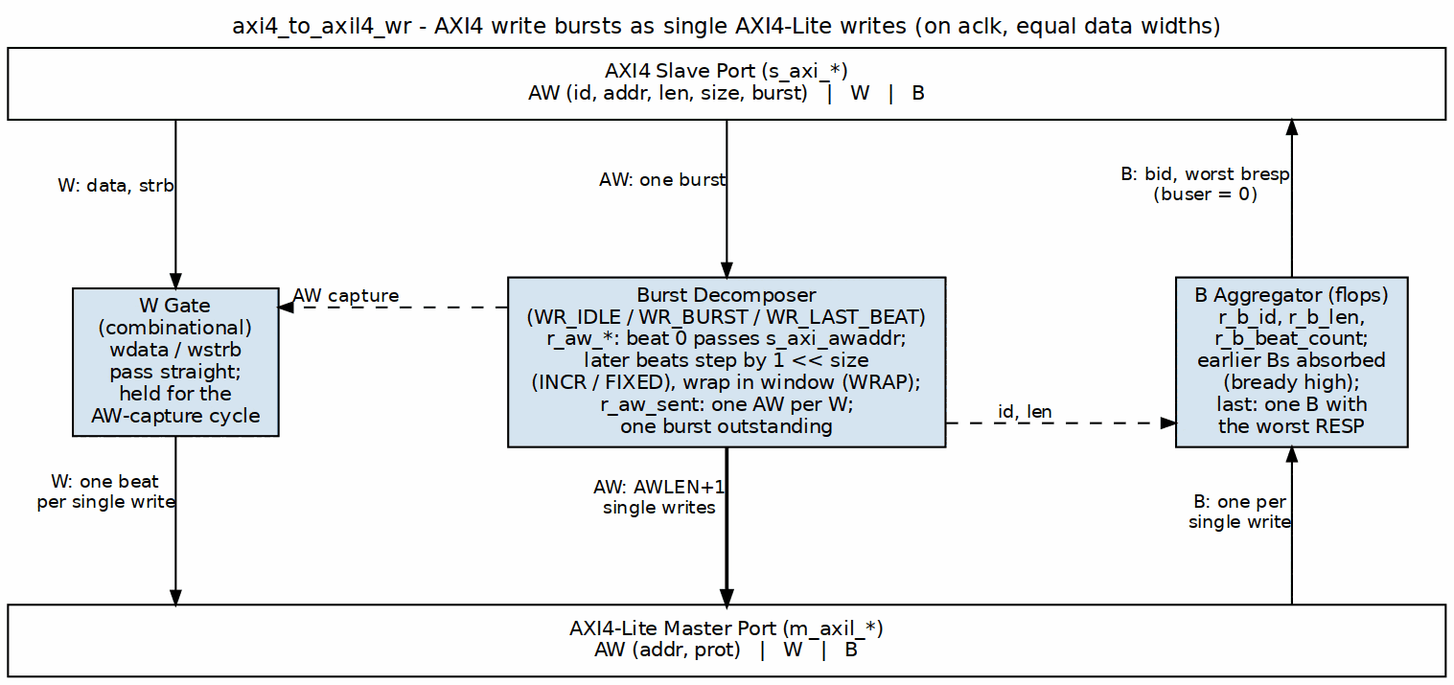
This is projects/components/utility-ip/converters/docs/converter_mas/assets/graphviz/axi4_to_axil4_wr.png from sean-galloway/RTLDesignSherpa, a Graphviz export, as it was before one commit. Its source is kept beside it as projects/components/utility-ip/converters/docs/converter_mas/assets/graphviz/axi4_to_axil4_wr.dot.
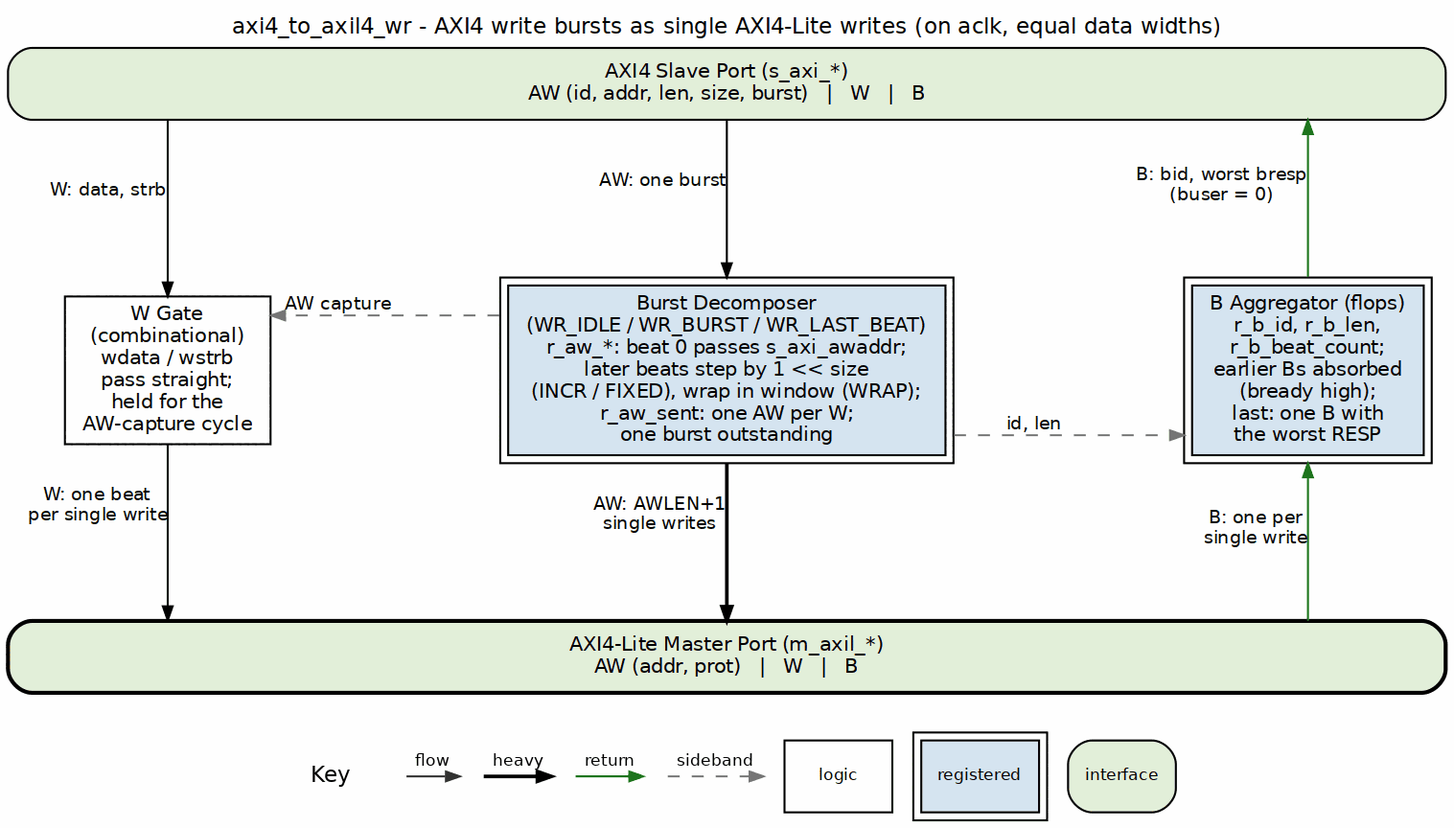
After the change.

What changed in the source:
```diff
@@ -3,26 +3,26 @@
            nodesep="0.50", ranksep="1.1", splines=ortho, newrank=true,
            labelloc=t, labeljust=c];
     node  [fontname="Helvetica", fontsize=10, shape=box, style=filled,
-           fillcolor="#D6E4F0", color="black", margin="0.12,0.06"];
+           fillcolor="white", color="black", margin="0.12,0.06"];
     edge  [fontname="Helvetica", fontsize=9, color="black", arrowsize=0.7];
     label="axi4_to_axil4_wr - AXI4 write bursts as single AXI4-Lite writes (on aclk, equal data widths)";
 
-    s   [label="AXI4 Slave Port (s_axi_*)\nAW (id, addr, len, size, burst)   |   W   |   B", fillcolor="white", width=10.0];
+    s   [label="AXI4 Slave Port (s_axi_*)\nAW (id, addr, len, size, burst)   |   W   |   B", fillcolor="white", width=10.0, style="rounded,filled", fillcolor="#E2EFDA"];
 
-    wg  [label="W Gate\n(combinational)\nwdata / wstrb\npass straight;\nheld for the\nAW-capture cycle", group=W];
-    dec [label="Burst Decomposer\n(WR_IDLE / WR_BURST / WR_LAST_BEAT)\nr_aw_*: beat 0 passes s_axi_awaddr;\nlater beats step by 1 << size\n(INCR / FIXED), wrap in window (WRAP);\nr_aw_sent: one AW per W;\none burst outstanding", group=A];
-    agg [label="B Aggregator (flops)\nr_b_id, r_b_len,\nr_b_beat_count;\nearlier Bs absorbed\n(bready high);\nlast: one B with\nthe worst RESP", group=B];
+    wg  [label="W Gate\n(combinational)\nwdata / wstrb\npass straight;\nheld for the\nAW-capture cycle", group=W, style="filled", fillcolor="white"];
+    dec [label="Burst Decomposer\n(WR_IDLE / WR_BURST / WR_LAST_BEAT)\nr_aw_*: beat 0 passes s_axi_awaddr;\nlater beats step by 1 << size\n(INCR / FIXED), wrap in window (WRAP);\nr_aw_sent: one AW per W;\none burst outstanding", group=A, peripheries=2, style="filled", fillcolor="#D6E4F0"];
+    agg [label="B Aggregator (flops)\nr_b_id, r_b_len,\nr_b_beat_count;\nearlier Bs absorbed\n(bready high);\nlast: one B with\nthe worst RESP", group=B, peripheries=2, style="filled", fillcolor="#D6E4F0"];
 
-    m   [label="AXI4-Lite Master Port (m_axil_*)\nAW (addr, prot)   |   W   |   B", fillcolor="white", width=10.0];
+    m   [label="AXI4-Lite Master Port (m_axil_*)\nAW (addr, prot)   |   W   |   B", fillcolor="white", width=10.0, style="rounded,filled,bold", fillcolor="#E2EFDA"];
 
     s   -> wg  [xlabel="W: data, strb"];
     wg  -> m   [xlabel="W: one beat\nper single write"];
     s   -> dec [xlabel="AW: one burst"];
     dec -> m   [xlabel="AW: AWLEN+1\nsingle writes", penwidth=1.8];
-    s   -> agg [dir=back, xlabel="B: bid, worst bresp\n(buser = 0)"];
-    agg -> m   [dir=back, xlabel="B: one per\nsingle write"];
-    dec -> agg [style=dashed, xlabel="id, len"];
-    dec -> wg  [style=dashed, xlabel="AW capture"];
+    s   -> agg [color="#1A7A1A", dir=back, xlabel="B: bid, worst bresp\n(buser = 0)"];
+    agg -> m   [color="#1A7A1A", dir=back, xlabel="B: one per\nsingle write"];
+    dec -> agg [style=dashed, color="#777777", xlabel="id, len"];
+    dec -> wg  [style=dashed, color="#777777", xlabel="AW capture"];
 
     sp  [label="", width=0.6, style=invis];
     sp2 [label="", width=0.6, style=invis];
```
